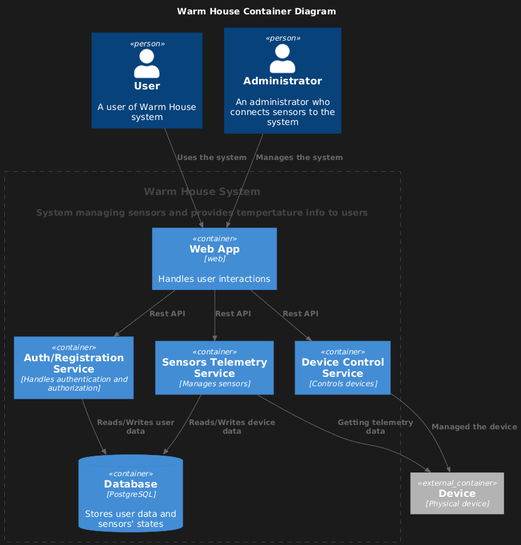
This is schemas/containers/containers.png from kuznechek/architecture-pro-warmhouse, a PlantUML export, as it was before one commit.
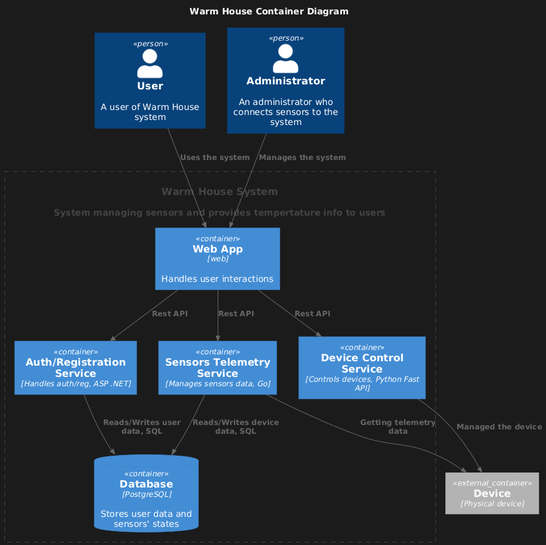
Later version of the same file.

The edit, as a diff of the source:
```diff
@@ -1,5 +1,4 @@
 @startuml
-
 title Warm House Container Diagram
 
 top to bottom direction
@@ -13,9 +12,9 @@
 
 Container_Boundary(WarmHouseSystem, "Warm House System") {
   Container(web, "Web App", "web", "Handles user interactions")
-  Container(AuthRegService, "Auth/Registration Service", "Handles authentication and authorization")
-  Container(SensorsTelemetryService, "Sensors Telemetry Service", "Manages sensors")
-  Container(DeviceControlService, "Device Control Service", "Controls devices")
+  Container(AuthRegService, "Auth/Registration Service", "Handles auth/reg, ASP .NET")
+  Container(SensorsTelemetryService, "Sensors Telemetry Service", "Manages sensors data, Go")
+  Container(DeviceControlService, "Device Control Service", "Controls devices, Python Fast API")
   ContainerDb(Database, "Database", "PostgreSQL", "Stores user data and sensors' states")
 }
 Container_Ext(Device, "Device", "Physical device")
@@ -24,10 +23,10 @@
 Rel(admin, web,"Manages the system")
 
 Rel(web,AuthRegService,"Rest API")
-Rel(AuthRegService,Database,"Reads/Writes user data")
+Rel(AuthRegService,Database,"Reads/Writes user data, SQL")
 
 Rel(web,SensorsTelemetryService,"Rest API")
-Rel(SensorsTelemetryService,Database,"Reads/Writes device data")
+Rel(SensorsTelemetryService,Database,"Reads/Writes device data, SQL")
 Rel(SensorsTelemetryService,Device,"Getting telemetry data")
 
 Rel(web,DeviceControlService,"Rest API")
```
